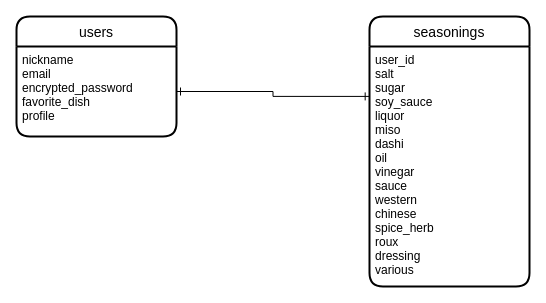
Above: ER_diagram.dio in bokko-chan/uchino_aji (draw.io), before the change. Source tidied: cells renumbered, new cells numbered last; positions are measured from the earlier drawing's top-left corner, leaving out a move shared by most shapes. Both pictures are drawn from the tidied source at 100%, with x=0, y=0 at pixel (16, 16).
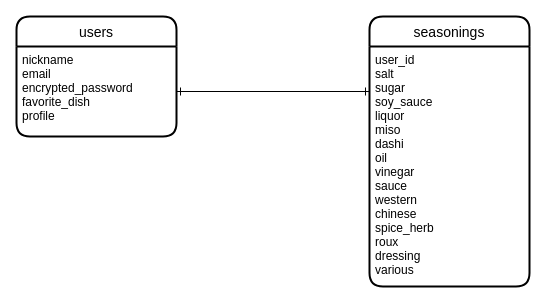
Above is the later version.

Commit message:
ER図 図形修正

Diff of the diagram source:
```diff
@@
 <mxGraphModel>
   <root>
     <mxCell id="0" />
     <mxCell id="1" parent="0" />
     <mxCell id="2" value="users" style="swimlane;horizontal=1;startSize=30;rounded=1;fontSize=14;fontStyle=0;strokeWidth=2;shadow=0;dashed=0;align=center;" parent="1" vertex="1">
       <mxGeometry width="160" height="120" as="geometry" />
     </mxCell>
     <mxCell id="3" value="nickname&#10;email&#10;encrypted_password&#10;favorite_dish&#10;profile" style="align=left;strokeColor=none;fillColor=none;spacingLeft=4;fontSize=12;verticalAlign=top;" parent="2" vertex="1">
       <mxGeometry y="30" width="160" height="90" as="geometry" />
     </mxCell>
     <mxCell id="4" value="seasonings" style="swimlane;horizontal=1;startSize=30;rounded=1;fontSize=14;fontStyle=0;strokeWidth=2;shadow=0;dashed=0;align=center;" parent="1" vertex="1">
       <mxGeometry x="353" width="160" height="270" as="geometry" />
     </mxCell>
     <mxCell id="5" value="user_id&#10;salt&#10;sugar&#10;soy_sauce&#10;liquor&#10;miso&#10;dashi&#10;oil&#10;vinegar&#10;sauce&#10;western&#10;chinese&#10;spice_herb&#10;roux&#10;dressing&#10;various" style="align=left;strokeColor=none;fillColor=none;spacingLeft=4;fontSize=12;verticalAlign=top;" parent="4" vertex="1">
       <mxGeometry y="30" width="160" height="240" as="geometry" />
     </mxCell>
-    <mxCell id="6" style="edgeStyle=orthogonalEdgeStyle;rounded=0;jettySize=auto;html=1;exitX=1;exitY=0.5;exitDx=0;exitDy=0;entryX=-0.002;entryY=0.208;entryDx=0;entryDy=0;entryPerimeter=0;startArrow=ERone;startFill=0;endArrow=ERone;endFill=0;" parent="1" edge="1" source="3" target="5">
-      <mxGeometry relative="1" as="geometry" />
+    <mxCell id="6" style="edgeStyle=orthogonalEdgeStyle;rounded=0;jettySize=auto;html=1;exitX=1;exitY=0.5;exitDx=0;exitDy=0;startArrow=ERone;startFill=0;endArrow=ERone;endFill=0;" parent="1" edge="1" source="3">
+      <mxGeometry relative="1" as="geometry">
+        <mxPoint x="353" y="75" as="targetPoint" />
+        <Array as="points">
+          <mxPoint x="353" y="75" />
+        </Array>
+      </mxGeometry>
     </mxCell>
   </root>
 </mxGraphModel>
```
